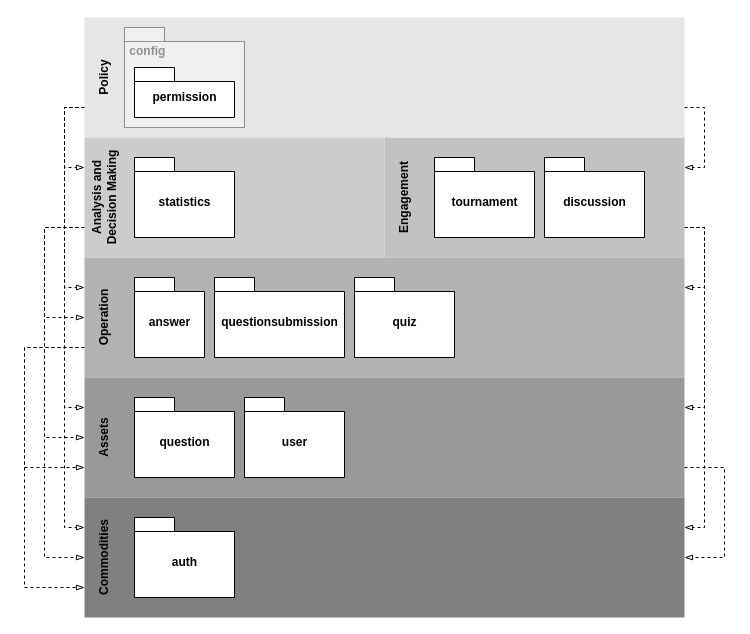
dmmnjaws/ASoft-2020-2021-quizzes-tutor-arquitecture-documentation keeps this draw.io diagram as documentation/draw.io projects/Responsability Layered View Primary Presentation.drawio. Above is the earlier version. Source tidied: cells renumbered, new cells numbered last; positions are measured from the earlier drawing's top-left corner, leaving out a move shared by most shapes. Both pictures are drawn from the tidied source at 100%, with x=0, y=0 at pixel (24, 17).
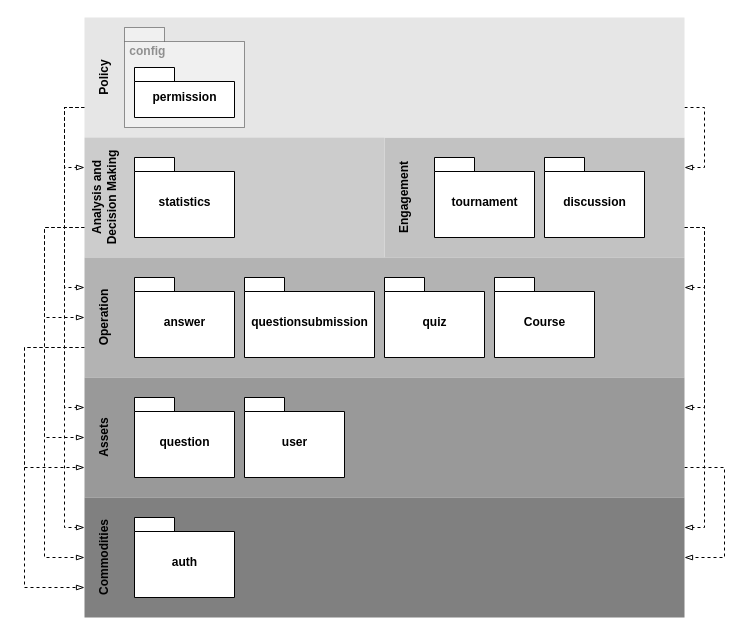
After the change.

Commit message (it also covers changes not shown here):
fixed stuff, added PCF rationale to Responsability Layered View

Change to the diagram source:
```diff
@@
     <mxCell id="30" value="answer" style="shape=folder;fontStyle=1;spacingTop=10;tabWidth=40;tabHeight=14;tabPosition=left;html=1;fillColor=#FFFFFF;" parent="1" vertex="1">
-      <mxGeometry x="110" y="260" width="70" height="80" as="geometry" />
+      <mxGeometry x="110" y="260" width="100" height="80" as="geometry" />
     </mxCell>
@@
     <mxCell id="33" value="questionsubmission" style="shape=folder;fontStyle=1;spacingTop=10;tabWidth=40;tabHeight=14;tabPosition=left;html=1;fillColor=#FFFFFF;" parent="1" vertex="1">
-      <mxGeometry x="190" y="260" width="130" height="80" as="geometry" />
+      <mxGeometry x="220" y="260" width="130" height="80" as="geometry" />
     </mxCell>
     <mxCell id="34" value="quiz" style="shape=folder;fontStyle=1;spacingTop=10;tabWidth=40;tabHeight=14;tabPosition=left;html=1;fillColor=#FFFFFF;" parent="1" vertex="1">
-      <mxGeometry x="330" y="260" width="100" height="80" as="geometry" />
+      <mxGeometry x="360" y="260" width="100" height="80" as="geometry" />
     </mxCell>
@@
+    <mxCell id="39" value="Course" style="shape=folder;fontStyle=1;spacingTop=10;tabWidth=40;tabHeight=14;tabPosition=left;html=1;fillColor=#FFFFFF;" parent="1" vertex="1">
+      <mxGeometry x="470" y="260" width="100" height="80" as="geometry" />
+    </mxCell>
```
